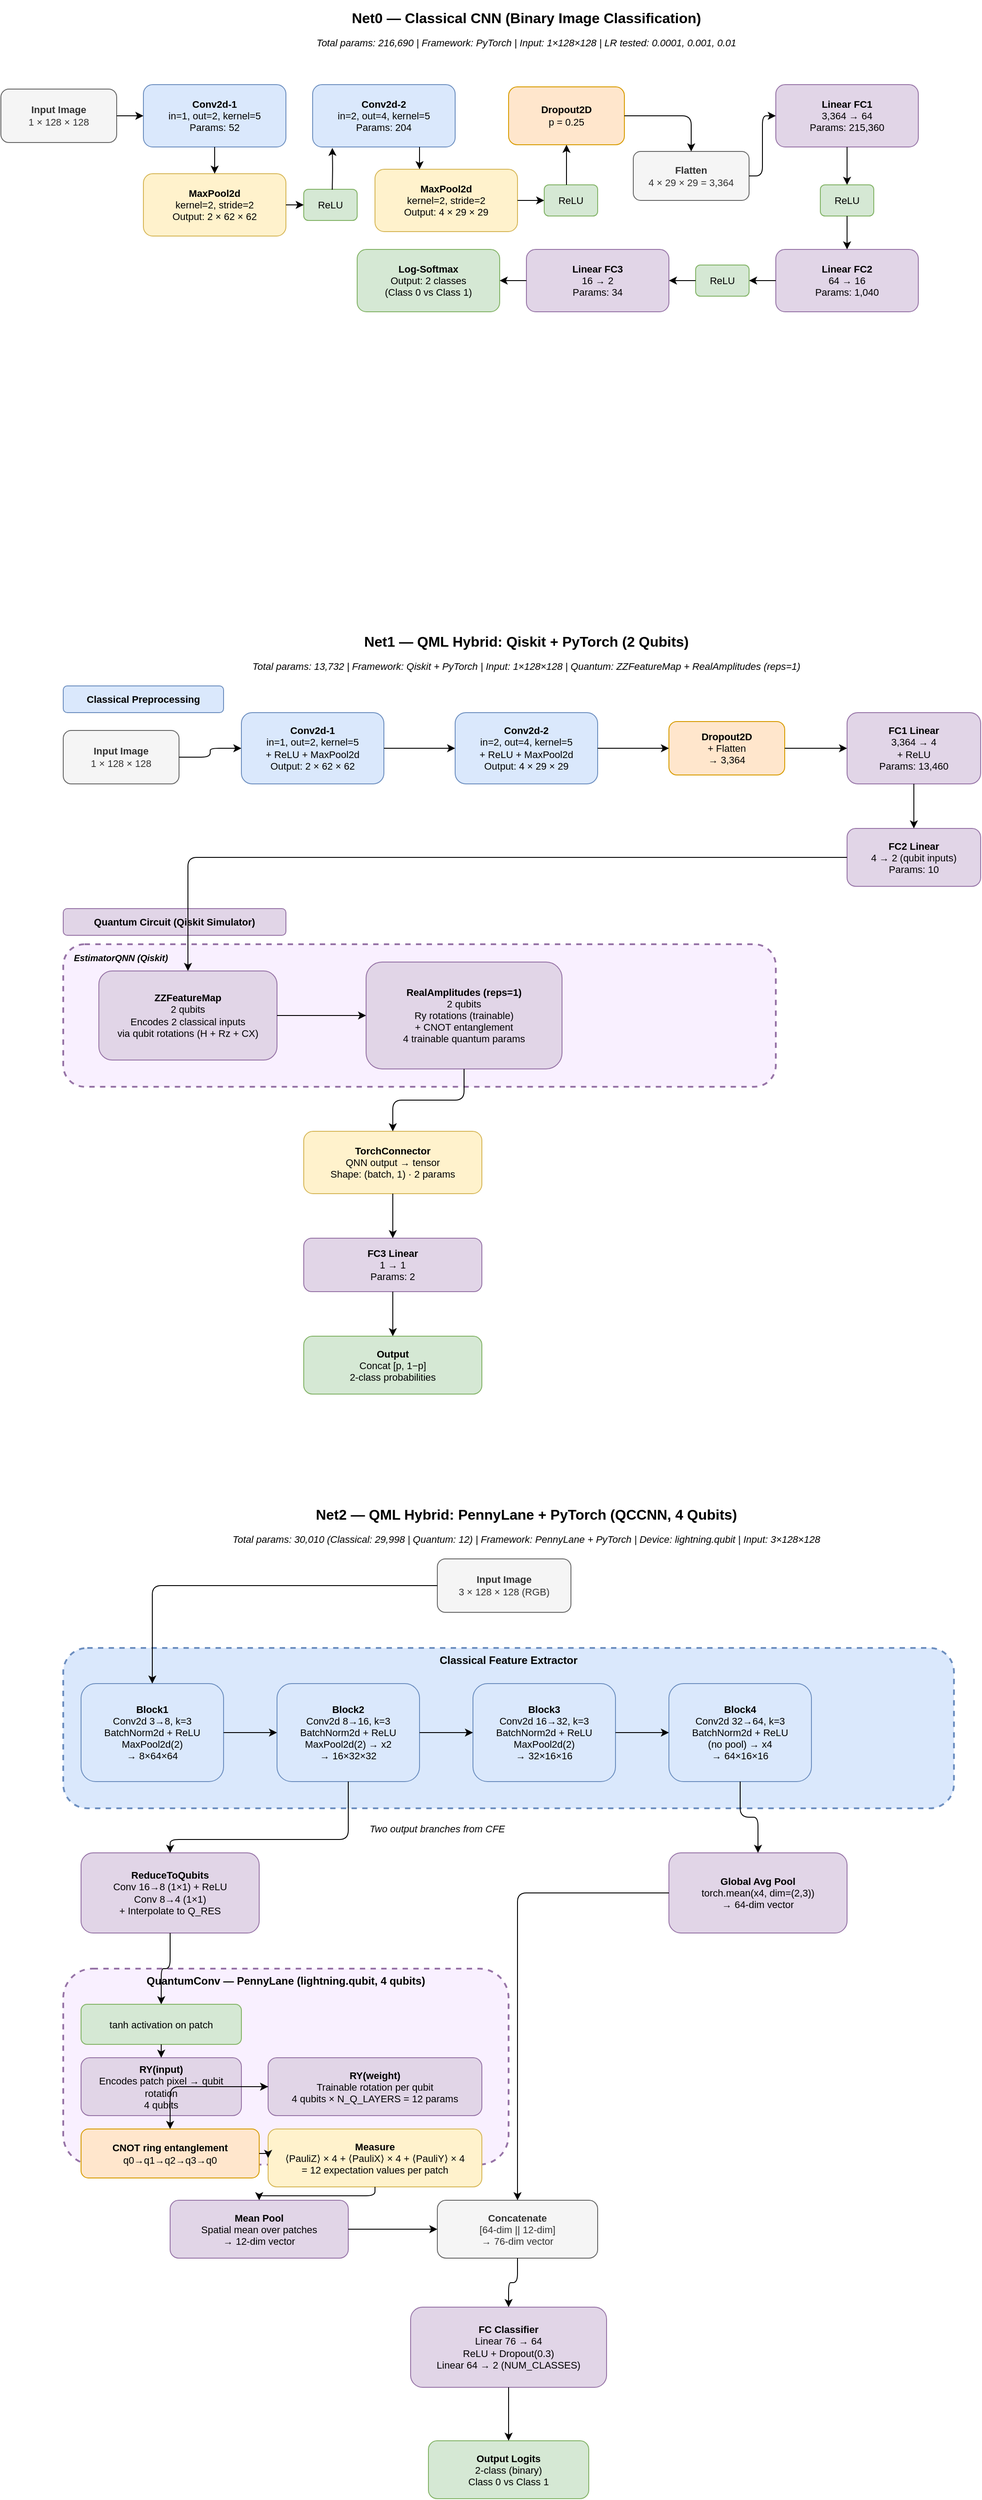
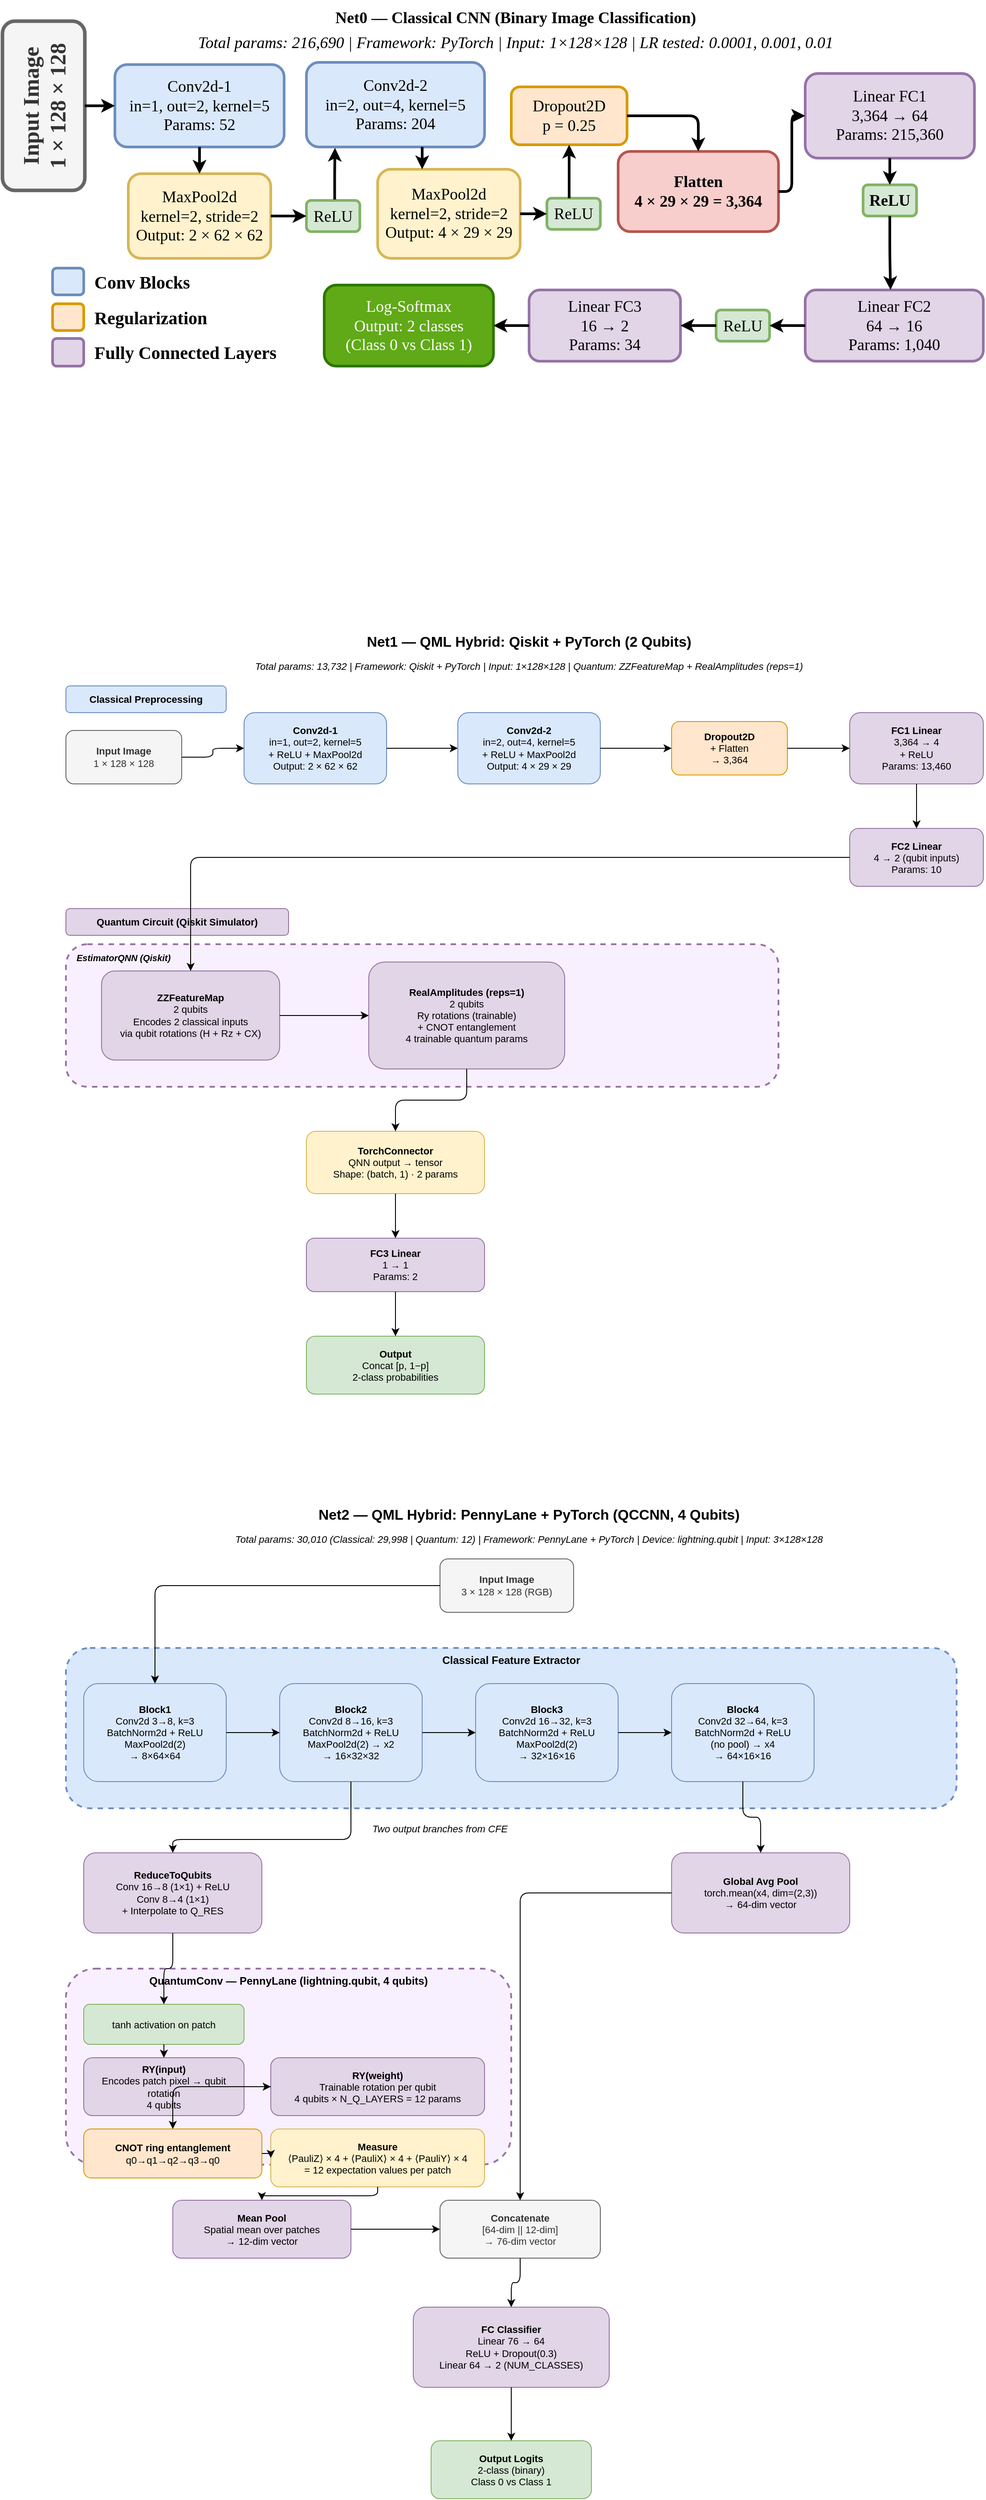
<mxfile host="app.diagrams.net">
  <diagram id="Iu372MJXseVnEshazjI8" name="Page-1">
-     <mxGraphModel dx="2571" dy="1351" grid="1" gridSize="10" guides="1" tooltips="1" connect="1" arrows="1" fold="1" page="1" pageScale="1" pageWidth="1169" pageHeight="827" background="none" math="0" shadow="0">
+     <mxGraphModel dx="1515" dy="777" grid="1" gridSize="10" guides="1" tooltips="1" connect="1" arrows="1" fold="1" page="1" pageScale="1" pageWidth="1169" pageHeight="827" background="none" math="0" shadow="0">
      <root>
        <mxCell id="0" />
        <mxCell id="1" parent="0" />
-         <mxCell id="p0_title" parent="1" style="text;html=1;strokeColor=none;fillColor=none;align=center;verticalAlign=middle;whiteSpace=wrap;rounded=0;fontSize=16;fontStyle=1;" value="Net0 — Classical CNN (Binary Image Classification)" vertex="1">
-           <mxGeometry height="40" width="600" x="300" y="20" as="geometry" />
-         </mxCell>
-         <mxCell id="p0_params" parent="1" style="text;html=1;strokeColor=none;fillColor=none;align=center;verticalAlign=middle;whiteSpace=wrap;rounded=0;fontSize=11;fontStyle=2;" value="Total params: 216,690 | Framework: PyTorch | Input: 1×128×128 | LR tested: 0.0001, 0.001, 0.01" vertex="1">
-           <mxGeometry height="25" width="700" x="250" y="55" as="geometry" />
-         </mxCell>
-         <mxCell id="p0_input" parent="1" style="rounded=1;whiteSpace=wrap;html=1;fillColor=#f5f5f5;strokeColor=#666666;fontColor=#333333;fontSize=11;" value="&lt;b&gt;Input Image&lt;/b&gt;&lt;br&gt;1 × 128 × 128" vertex="1">
-           <mxGeometry height="60" width="130" x="10" y="120" as="geometry" />
-         </mxCell>
-         <mxCell id="p0_conv1" parent="1" style="rounded=1;whiteSpace=wrap;html=1;fillColor=#dae8fc;strokeColor=#6c8ebf;fontSize=11;" value="&lt;b&gt;Conv2d-1&lt;/b&gt;&lt;br&gt;in=1, out=2, kernel=5&lt;br&gt;Params: 52" vertex="1">
-           <mxGeometry height="70" width="160" x="170" y="115" as="geometry" />
-         </mxCell>
-         <mxCell id="p0_pool1" parent="1" style="rounded=1;whiteSpace=wrap;html=1;fillColor=#fff2cc;strokeColor=#d6b656;fontSize=11;" value="&lt;b&gt;MaxPool2d&lt;/b&gt;&lt;br&gt;kernel=2, stride=2&lt;br&gt;Output: 2 × 62 × 62" vertex="1">
-           <mxGeometry height="70" width="160" x="170" y="215" as="geometry" />
-         </mxCell>
-         <mxCell id="p0_relu1" parent="1" style="rounded=1;whiteSpace=wrap;html=1;fillColor=#d5e8d4;strokeColor=#82b366;fontSize=11;" value="ReLU" vertex="1">
-           <mxGeometry height="35" width="60" x="350" y="232.5" as="geometry" />
-         </mxCell>
-         <mxCell id="p0_conv2" parent="1" style="rounded=1;whiteSpace=wrap;html=1;fillColor=#dae8fc;strokeColor=#6c8ebf;fontSize=11;" value="&lt;b&gt;Conv2d-2&lt;/b&gt;&lt;br&gt;in=2, out=4, kernel=5&lt;br&gt;Params: 204" vertex="1">
-           <mxGeometry height="70" width="160" x="360" y="115" as="geometry" />
-         </mxCell>
-         <mxCell id="p0_pool2" parent="1" style="rounded=1;whiteSpace=wrap;html=1;fillColor=#fff2cc;strokeColor=#d6b656;fontSize=11;" value="&lt;b&gt;MaxPool2d&lt;/b&gt;&lt;br&gt;kernel=2, stride=2&lt;br&gt;Output: 4 × 29 × 29" vertex="1">
-           <mxGeometry height="70" width="160" x="430" y="210" as="geometry" />
-         </mxCell>
-         <mxCell id="p0_relu2" parent="1" style="rounded=1;whiteSpace=wrap;html=1;fillColor=#d5e8d4;strokeColor=#82b366;fontSize=11;" value="ReLU" vertex="1">
-           <mxGeometry height="35" width="60" x="620" y="227.5" as="geometry" />
-         </mxCell>
-         <mxCell id="p0_dropout" parent="1" style="rounded=1;whiteSpace=wrap;html=1;fillColor=#ffe6cc;strokeColor=#d79b00;fontSize=11;" value="&lt;b&gt;Dropout2D&lt;/b&gt;&lt;br&gt;p = 0.25" vertex="1">
+         <mxCell id="p0_title" parent="1" style="text;strokeColor=none;fillColor=none;align=center;verticalAlign=middle;whiteSpace=wrap;rounded=0;fontSize=18;fontStyle=1;fontFamily=Times New Roman;labelBackgroundColor=none;labelBorderColor=none;textShadow=0;" value="Net0 — Classical CNN (Binary Image Classification)" vertex="1">
+           <mxGeometry height="40" width="600" x="285" y="20" as="geometry" />
+         </mxCell>
+         <mxCell id="p0_params" parent="1" style="text;strokeColor=none;fillColor=none;align=center;verticalAlign=middle;whiteSpace=wrap;rounded=0;fontSize=18;fontStyle=2;fontFamily=Times New Roman;labelBackgroundColor=none;labelBorderColor=none;textShadow=0;" value="Total params: 216,690 | Framework: PyTorch | Input: 1×128×128 | LR tested: 0.0001, 0.001, 0.01" vertex="1">
+           <mxGeometry height="25" width="780" x="195" y="55" as="geometry" />
+         </mxCell>
+         <mxCell id="p0_input" parent="1" style="rounded=1;whiteSpace=wrap;fillColor=#f5f5f5;strokeColor=#666666;fontColor=#333333;fontSize=25;fontFamily=Times New Roman;labelBackgroundColor=none;labelBorderColor=none;textShadow=0;fontStyle=1;strokeWidth=4;rotation=-90;" value="Input Image&#xa;1 × 128 × 128" vertex="1">
+           <mxGeometry height="92.5" width="190" x="-40" y="92.5" as="geometry" />
+         </mxCell>
+         <mxCell id="p0_conv1" parent="1" style="rounded=1;whiteSpace=wrap;fillColor=#dae8fc;strokeColor=#6c8ebf;fontSize=18;fontFamily=Times New Roman;labelBackgroundColor=none;labelBorderColor=none;textShadow=0;strokeWidth=3;" value="Conv2d-1&#xa;in=1, out=2, kernel=5&#xa;Params: 52" vertex="1">
+           <mxGeometry height="92.5" width="190" x="135" y="92.5" as="geometry" />
+         </mxCell>
+         <mxCell id="p0_pool1" parent="1" style="rounded=1;whiteSpace=wrap;fillColor=#fff2cc;strokeColor=#d6b656;fontSize=18;fontFamily=Times New Roman;labelBackgroundColor=none;labelBorderColor=none;textShadow=0;strokeWidth=3;" value="MaxPool2d&#xa;kernel=2, stride=2&#xa;Output: 2 × 62 × 62" vertex="1">
+           <mxGeometry height="95" width="160" x="150" y="215" as="geometry" />
+         </mxCell>
+         <mxCell id="p0_relu1" parent="1" style="rounded=1;whiteSpace=wrap;fillColor=#d5e8d4;strokeColor=#82b366;fontSize=18;fontFamily=Times New Roman;labelBackgroundColor=none;labelBorderColor=none;textShadow=0;strokeWidth=3;" value="ReLU" vertex="1">
+           <mxGeometry height="35" width="60" x="350" y="245" as="geometry" />
+         </mxCell>
+         <mxCell id="p0_conv2" parent="1" style="rounded=1;whiteSpace=wrap;fillColor=#dae8fc;strokeColor=#6c8ebf;fontSize=18;fontFamily=Times New Roman;labelBackgroundColor=none;labelBorderColor=none;textShadow=0;strokeWidth=3;" value="Conv2d-2&#xa;in=2, out=4, kernel=5&#xa;Params: 204" vertex="1">
+           <mxGeometry height="95" width="200" x="350" y="90" as="geometry" />
+         </mxCell>
+         <mxCell id="p0_pool2" parent="1" style="rounded=1;whiteSpace=wrap;fillColor=#fff2cc;strokeColor=#d6b656;fontSize=18;fontFamily=Times New Roman;labelBackgroundColor=none;labelBorderColor=none;textShadow=0;strokeWidth=3;" value="MaxPool2d&#xa;kernel=2, stride=2&#xa;Output: 4 × 29 × 29" vertex="1">
+           <mxGeometry height="100" width="160" x="430" y="210" as="geometry" />
+         </mxCell>
+         <mxCell id="p0_relu2" parent="1" style="rounded=1;whiteSpace=wrap;fillColor=#d5e8d4;strokeColor=#82b366;fontSize=18;fontFamily=Times New Roman;labelBackgroundColor=none;labelBorderColor=none;textShadow=0;strokeWidth=3;" value="ReLU" vertex="1">
+           <mxGeometry height="35" width="60" x="620" y="242.5" as="geometry" />
+         </mxCell>
+         <mxCell id="p0_dropout" parent="1" style="rounded=1;whiteSpace=wrap;fillColor=#ffe6cc;strokeColor=#d79b00;fontSize=18;fontFamily=Times New Roman;labelBackgroundColor=none;labelBorderColor=none;textShadow=0;strokeWidth=3;" value="Dropout2D&#xa;p = 0.25" vertex="1">
          <mxGeometry height="65" width="130" x="580" y="117.5" as="geometry" />
        </mxCell>
-         <mxCell id="p0_flatten" parent="1" style="rounded=1;whiteSpace=wrap;html=1;fillColor=#f5f5f5;strokeColor=#666666;fontColor=#333333;fontSize=11;" value="&lt;b&gt;Flatten&lt;/b&gt;&lt;br&gt;4 × 29 × 29 = 3,364" vertex="1">
-           <mxGeometry height="55" width="130" x="720" y="190" as="geometry" />
-         </mxCell>
-         <mxCell id="p0_fc1" parent="1" style="rounded=1;whiteSpace=wrap;html=1;fillColor=#e1d5e7;strokeColor=#9673a6;fontSize=11;" value="&lt;b&gt;Linear FC1&lt;/b&gt;&lt;br&gt;3,364 → 64&lt;br&gt;Params: 215,360" vertex="1">
-           <mxGeometry height="70" width="160" x="880" y="115" as="geometry" />
-         </mxCell>
-         <mxCell id="p0_relu_fc1" parent="1" style="rounded=1;whiteSpace=wrap;html=1;fillColor=#d5e8d4;strokeColor=#82b366;fontSize=11;" value="ReLU" vertex="1">
-           <mxGeometry height="35" width="60" x="930" y="227.5" as="geometry" />
-         </mxCell>
-         <mxCell id="p0_fc2" parent="1" style="rounded=1;whiteSpace=wrap;html=1;fillColor=#e1d5e7;strokeColor=#9673a6;fontSize=11;" value="&lt;b&gt;Linear FC2&lt;/b&gt;&lt;br&gt;64 → 16&lt;br&gt;Params: 1,040" vertex="1">
-           <mxGeometry height="70" width="160" x="880" y="300" as="geometry" />
-         </mxCell>
-         <mxCell id="p0_relu_fc2" parent="1" style="rounded=1;whiteSpace=wrap;html=1;fillColor=#d5e8d4;strokeColor=#82b366;fontSize=11;" value="ReLU" vertex="1">
-           <mxGeometry height="35" width="60" x="790" y="317.5" as="geometry" />
-         </mxCell>
-         <mxCell id="p0_fc3" parent="1" style="rounded=1;whiteSpace=wrap;html=1;fillColor=#e1d5e7;strokeColor=#9673a6;fontSize=11;" value="&lt;b&gt;Linear FC3&lt;/b&gt;&lt;br&gt;16 → 2&lt;br&gt;Params: 34" vertex="1">
-           <mxGeometry height="70" width="160" x="600" y="300" as="geometry" />
-         </mxCell>
-         <mxCell id="p0_output" parent="1" style="rounded=1;whiteSpace=wrap;html=1;fillColor=#d5e8d4;strokeColor=#82b366;fontSize=11;" value="&lt;b&gt;Log-Softmax&lt;/b&gt;&lt;br&gt;Output: 2 classes&lt;br&gt;(Class 0 vs Class 1)" vertex="1">
-           <mxGeometry height="70" width="160" x="410" y="300" as="geometry" />
-         </mxCell>
-         <mxCell id="e0_1" edge="1" parent="1" source="p0_input" style="edgeStyle=orthogonalEdgeStyle;" target="p0_conv1">
-           <mxGeometry relative="1" as="geometry" />
-         </mxCell>
-         <mxCell id="e0_2" edge="1" parent="1" source="p0_conv1" style="edgeStyle=orthogonalEdgeStyle;" target="p0_pool1">
-           <mxGeometry relative="1" as="geometry" />
-         </mxCell>
-         <mxCell id="e0_3" edge="1" parent="1" source="p0_pool1" style="edgeStyle=orthogonalEdgeStyle;" target="p0_relu1">
-           <mxGeometry relative="1" as="geometry" />
-         </mxCell>
-         <mxCell id="e0_4" edge="1" parent="1" style="edgeStyle=orthogonalEdgeStyle;entryX=0.138;entryY=0.971;entryDx=0;entryDy=0;entryPerimeter=0;">
+         <mxCell id="p0_flatten" parent="1" style="rounded=1;whiteSpace=wrap;fillColor=#f8cecc;strokeColor=#b85450;fontSize=18;fontFamily=Times New Roman;labelBackgroundColor=none;labelBorderColor=none;textShadow=0;fontStyle=1;strokeWidth=3;" value="Flatten&#xa;4 × 29 × 29 = 3,364" vertex="1">
+           <mxGeometry height="90" width="180" x="700" y="190" as="geometry" />
+         </mxCell>
+         <mxCell id="p0_fc1" parent="1" style="rounded=1;whiteSpace=wrap;fillColor=#e1d5e7;strokeColor=#9673a6;fontSize=18;fontFamily=Times New Roman;labelBackgroundColor=none;labelBorderColor=none;textShadow=0;fontStyle=0;strokeWidth=3;" value="Linear FC1&#xa;3,364 → 64&#xa;Params: 215,360" vertex="1">
+           <mxGeometry height="95" width="190" x="910" y="102.5" as="geometry" />
+         </mxCell>
+         <mxCell id="p0_relu_fc1" parent="1" style="rounded=1;whiteSpace=wrap;fillColor=#d5e8d4;strokeColor=#82b366;fontSize=18;fontFamily=Times New Roman;labelBackgroundColor=none;labelBorderColor=none;textShadow=0;fontStyle=1;strokeWidth=3;" value="ReLU" vertex="1">
+           <mxGeometry height="35" width="60" x="975" y="227.5" as="geometry" />
+         </mxCell>
+         <mxCell id="p0_fc2" parent="1" style="rounded=1;whiteSpace=wrap;fillColor=#e1d5e7;strokeColor=#9673a6;fontSize=18;fontFamily=Times New Roman;labelBackgroundColor=none;labelBorderColor=none;textShadow=0;strokeWidth=3;" value="Linear FC2&#xa;64 → 16&#xa;Params: 1,040" vertex="1">
+           <mxGeometry height="80" width="200" x="910" y="345.5" as="geometry" />
+         </mxCell>
+         <mxCell id="p0_relu_fc2" parent="1" style="rounded=1;whiteSpace=wrap;fillColor=#d5e8d4;strokeColor=#82b366;fontSize=18;fontFamily=Times New Roman;labelBackgroundColor=none;labelBorderColor=none;textShadow=0;strokeWidth=3;" value="ReLU" vertex="1">
+           <mxGeometry height="35" width="60" x="810" y="368" as="geometry" />
+         </mxCell>
+         <mxCell id="p0_fc3" parent="1" style="rounded=1;whiteSpace=wrap;fillColor=#e1d5e7;strokeColor=#9673a6;fontSize=18;fontFamily=Times New Roman;labelBackgroundColor=none;labelBorderColor=none;textShadow=0;strokeWidth=3;fontStyle=0" value="Linear FC3&#xa;16 → 2&#xa;Params: 34" vertex="1">
+           <mxGeometry height="80" width="170" x="600" y="345.5" as="geometry" />
+         </mxCell>
+         <mxCell id="p0_output" parent="1" style="rounded=1;whiteSpace=wrap;fontSize=18;fillColor=#60a917;fontColor=#ffffff;strokeColor=#2D7600;fontFamily=Times New Roman;labelBackgroundColor=none;labelBorderColor=none;textShadow=0;strokeWidth=3;" value="Log-Softmax&#xa;Output: 2 classes&#xa;(Class 0 vs Class 1)" vertex="1">
+           <mxGeometry height="91" width="190" x="370" y="340" as="geometry" />
+         </mxCell>
+         <mxCell id="e0_1" edge="1" parent="1" source="p0_input" style="edgeStyle=orthogonalEdgeStyle;fontFamily=Times New Roman;fontSize=18;labelBackgroundColor=none;labelBorderColor=none;textShadow=0;strokeWidth=3;" target="p0_conv1" value="">
+           <mxGeometry relative="1" as="geometry" />
+         </mxCell>
+         <mxCell id="e0_2" edge="1" parent="1" source="p0_conv1" style="edgeStyle=orthogonalEdgeStyle;fontFamily=Times New Roman;fontSize=18;labelBackgroundColor=none;labelBorderColor=none;textShadow=0;strokeWidth=3;" target="p0_pool1" value="">
+           <mxGeometry relative="1" as="geometry" />
+         </mxCell>
+         <mxCell id="e0_3" edge="1" parent="1" source="p0_pool1" style="edgeStyle=orthogonalEdgeStyle;fontFamily=Times New Roman;fontSize=18;labelBackgroundColor=none;labelBorderColor=none;textShadow=0;strokeWidth=3;" target="p0_relu1" value="">
+           <mxGeometry relative="1" as="geometry" />
+         </mxCell>
+         <mxCell id="e0_4" edge="1" parent="1" source="p0_relu1" style="edgeStyle=orthogonalEdgeStyle;entryX=0.138;entryY=0.971;entryDx=0;entryDy=0;entryPerimeter=0;fontFamily=Times New Roman;fontSize=18;labelBackgroundColor=none;labelBorderColor=none;textShadow=0;strokeWidth=3;exitX=0.529;exitY=-0.029;exitDx=0;exitDy=0;exitPerimeter=0;" value="">
          <mxGeometry relative="1" as="geometry">
            <mxPoint x="382" y="233" as="sourcePoint" />
            <mxPoint x="382.0799999999999" y="185.97000000000003" as="targetPoint" />
          </mxGeometry>
        </mxCell>
-         <mxCell id="e0_5" edge="1" parent="1" source="p0_conv2" style="edgeStyle=orthogonalEdgeStyle;" target="p0_pool2">
+         <mxCell id="e0_5" edge="1" parent="1" source="p0_conv2" style="edgeStyle=orthogonalEdgeStyle;fontFamily=Times New Roman;fontSize=18;labelBackgroundColor=none;labelBorderColor=none;textShadow=0;strokeWidth=3;" target="p0_pool2" value="">
          <mxGeometry relative="1" as="geometry">
            <Array as="points">
              <mxPoint x="480" y="200" />
              <mxPoint x="480" y="200" />
            </Array>
          </mxGeometry>
        </mxCell>
-         <mxCell id="e0_6" edge="1" parent="1" source="p0_pool2" style="edgeStyle=orthogonalEdgeStyle;" target="p0_relu2">
-           <mxGeometry relative="1" as="geometry" />
-         </mxCell>
-         <mxCell id="e0_7" edge="1" parent="1" source="p0_relu2" style="edgeStyle=orthogonalEdgeStyle;" target="p0_dropout">
+         <mxCell id="e0_6" edge="1" parent="1" source="p0_pool2" style="edgeStyle=orthogonalEdgeStyle;fontFamily=Times New Roman;fontSize=18;labelBackgroundColor=none;labelBorderColor=none;textShadow=0;strokeWidth=3;" target="p0_relu2" value="">
+           <mxGeometry relative="1" as="geometry" />
+         </mxCell>
+         <mxCell id="e0_7" edge="1" parent="1" source="p0_relu2" style="edgeStyle=orthogonalEdgeStyle;fontFamily=Times New Roman;fontSize=18;labelBackgroundColor=none;labelBorderColor=none;textShadow=0;strokeWidth=3;" target="p0_dropout" value="">
          <mxGeometry relative="1" as="geometry">
            <Array as="points">
              <mxPoint x="645" y="210" />
              <mxPoint x="645" y="210" />
            </Array>
          </mxGeometry>
        </mxCell>
-         <mxCell id="e0_8" edge="1" parent="1" source="p0_dropout" style="edgeStyle=orthogonalEdgeStyle;" target="p0_flatten">
-           <mxGeometry relative="1" as="geometry" />
-         </mxCell>
-         <mxCell id="e0_9" edge="1" parent="1" source="p0_flatten" style="edgeStyle=orthogonalEdgeStyle;entryX=0;entryY=0.5;entryDx=0;entryDy=0;" target="p0_fc1">
-           <mxGeometry relative="1" as="geometry" />
-         </mxCell>
-         <mxCell id="e0_10" edge="1" parent="1" source="p0_fc1" style="edgeStyle=orthogonalEdgeStyle;" target="p0_relu_fc1">
-           <mxGeometry relative="1" as="geometry" />
-         </mxCell>
-         <mxCell id="e0_11" edge="1" parent="1" source="p0_relu_fc1" style="edgeStyle=orthogonalEdgeStyle;" target="p0_fc2">
-           <mxGeometry relative="1" as="geometry" />
-         </mxCell>
-         <mxCell id="e0_12" edge="1" parent="1" source="p0_fc2" style="edgeStyle=orthogonalEdgeStyle;" target="p0_relu_fc2">
-           <mxGeometry relative="1" as="geometry" />
-         </mxCell>
-         <mxCell id="e0_13" edge="1" parent="1" source="p0_relu_fc2" style="edgeStyle=orthogonalEdgeStyle;" target="p0_fc3">
-           <mxGeometry relative="1" as="geometry" />
-         </mxCell>
-         <mxCell id="e0_14" edge="1" parent="1" source="p0_fc3" style="edgeStyle=orthogonalEdgeStyle;" target="p0_output">
+         <mxCell id="e0_8" edge="1" parent="1" source="p0_dropout" style="edgeStyle=orthogonalEdgeStyle;fontFamily=Times New Roman;fontSize=18;labelBackgroundColor=none;labelBorderColor=none;textShadow=0;exitX=1;exitY=0.5;exitDx=0;exitDy=0;strokeWidth=3;" target="p0_flatten" value="">
+           <mxGeometry relative="1" as="geometry" />
+         </mxCell>
+         <mxCell id="e0_9" edge="1" parent="1" source="p0_flatten" style="edgeStyle=orthogonalEdgeStyle;entryX=0;entryY=0.5;entryDx=0;entryDy=0;fontFamily=Times New Roman;fontSize=18;labelBackgroundColor=none;labelBorderColor=none;textShadow=0;strokeWidth=3;" target="p0_fc1" value="">
+           <mxGeometry relative="1" as="geometry" />
+         </mxCell>
+         <mxCell id="e0_10" edge="1" parent="1" source="p0_fc1" style="edgeStyle=orthogonalEdgeStyle;fontFamily=Times New Roman;fontSize=18;labelBackgroundColor=none;labelBorderColor=none;textShadow=0;strokeWidth=3;" target="p0_relu_fc1" value="">
+           <mxGeometry relative="1" as="geometry" />
+         </mxCell>
+         <mxCell id="e0_11" edge="1" parent="1" source="p0_relu_fc1" style="edgeStyle=orthogonalEdgeStyle;fontFamily=Times New Roman;fontSize=18;labelBackgroundColor=none;labelBorderColor=none;textShadow=0;entryX=0.479;entryY=-0.001;entryDx=0;entryDy=0;entryPerimeter=0;strokeWidth=3;" target="p0_fc2" value="">
+           <mxGeometry relative="1" as="geometry" />
+         </mxCell>
+         <mxCell id="e0_12" edge="1" parent="1" source="p0_fc2" style="edgeStyle=orthogonalEdgeStyle;fontFamily=Times New Roman;fontSize=18;labelBackgroundColor=none;labelBorderColor=none;textShadow=0;strokeWidth=3;" target="p0_relu_fc2" value="">
+           <mxGeometry relative="1" as="geometry" />
+         </mxCell>
+         <mxCell id="e0_13" edge="1" parent="1" source="p0_relu_fc2" style="edgeStyle=orthogonalEdgeStyle;fontFamily=Times New Roman;fontSize=18;labelBackgroundColor=none;labelBorderColor=none;textShadow=0;strokeWidth=3;" target="p0_fc3" value="">
+           <mxGeometry relative="1" as="geometry" />
+         </mxCell>
+         <mxCell id="e0_14" edge="1" parent="1" source="p0_fc3" style="edgeStyle=orthogonalEdgeStyle;fontFamily=Times New Roman;fontSize=18;labelBackgroundColor=none;labelBorderColor=none;textShadow=0;strokeWidth=3;" target="p0_output" value="">
          <mxGeometry relative="1" as="geometry" />
        </mxCell>
        <mxCell id="p1_title" parent="1" style="text;html=1;strokeColor=none;fillColor=none;align=center;verticalAlign=middle;whiteSpace=wrap;rounded=0;fontSize=16;fontStyle=1;" value="Net1 — QML Hybrid: Qiskit + PyTorch (2 Qubits)" vertex="1">
          <mxGeometry height="40" width="600" x="300" y="720" as="geometry" />
        </mxCell>
        <mxCell id="p1_params" parent="1" style="text;html=1;strokeColor=none;fillColor=none;align=center;verticalAlign=middle;whiteSpace=wrap;rounded=0;fontSize=11;fontStyle=2;" value="Total params: 13,732 | Framework: Qiskit + PyTorch | Input: 1×128×128 | Quantum: ZZFeatureMap + RealAmplitudes (reps=1)" vertex="1">
          <mxGeometry height="25" width="900" x="150" y="755" as="geometry" />
        </mxCell>
        <mxCell id="p1_sec_classical" parent="1" style="text;html=1;strokeColor=#6c8ebf;fillColor=#dae8fc;align=center;verticalAlign=middle;whiteSpace=wrap;rounded=1;fontSize=11;fontStyle=1;" value="Classical Preprocessing" vertex="1">
          <mxGeometry height="30" width="180" x="80" y="790" as="geometry" />
        </mxCell>
        <mxCell id="p1_input" parent="1" style="rounded=1;whiteSpace=wrap;html=1;fillColor=#f5f5f5;strokeColor=#666666;fontColor=#333333;fontSize=11;" value="&lt;b&gt;Input Image&lt;/b&gt;&lt;br&gt;1 × 128 × 128" vertex="1">
          <mxGeometry height="60" width="130" x="80" y="840" as="geometry" />
        </mxCell>
        <mxCell id="p1_conv1" parent="1" style="rounded=1;whiteSpace=wrap;html=1;fillColor=#dae8fc;strokeColor=#6c8ebf;fontSize=11;" value="&lt;b&gt;Conv2d-1&lt;/b&gt;&lt;br&gt;in=1, out=2, kernel=5&lt;br&gt;+ ReLU + MaxPool2d&lt;br&gt;Output: 2 × 62 × 62" vertex="1">
          <mxGeometry height="80" width="160" x="280" y="820" as="geometry" />
        </mxCell>
        <mxCell id="p1_conv2" parent="1" style="rounded=1;whiteSpace=wrap;html=1;fillColor=#dae8fc;strokeColor=#6c8ebf;fontSize=11;" value="&lt;b&gt;Conv2d-2&lt;/b&gt;&lt;br&gt;in=2, out=4, kernel=5&lt;br&gt;+ ReLU + MaxPool2d&lt;br&gt;Output: 4 × 29 × 29" vertex="1">
          <mxGeometry height="80" width="160" x="520" y="820" as="geometry" />
        </mxCell>
        <mxCell id="p1_dropout" parent="1" style="rounded=1;whiteSpace=wrap;html=1;fillColor=#ffe6cc;strokeColor=#d79b00;fontSize=11;" value="&lt;b&gt;Dropout2D&lt;/b&gt;&lt;br&gt;+ Flatten&lt;br&gt;→ 3,364" vertex="1">
          <mxGeometry height="60" width="130" x="760" y="830" as="geometry" />
        </mxCell>
        <mxCell id="p1_fc1" parent="1" style="rounded=1;whiteSpace=wrap;html=1;fillColor=#e1d5e7;strokeColor=#9673a6;fontSize=11;" value="&lt;b&gt;FC1 Linear&lt;/b&gt;&lt;br&gt;3,364 → 4&lt;br&gt;+ ReLU&lt;br&gt;Params: 13,460" vertex="1">
          <mxGeometry height="80" width="150" x="960" y="820" as="geometry" />
        </mxCell>
        <mxCell id="p1_fc2" parent="1" style="rounded=1;whiteSpace=wrap;html=1;fillColor=#e1d5e7;strokeColor=#9673a6;fontSize=11;" value="&lt;b&gt;FC2 Linear&lt;/b&gt;&lt;br&gt;4 → 2 (qubit inputs)&lt;br&gt;Params: 10" vertex="1">
          <mxGeometry height="65" width="150" x="960" y="950" as="geometry" />
        </mxCell>
        <mxCell id="p1_sec_quantum" parent="1" style="text;html=1;strokeColor=#9673a6;fillColor=#e1d5e7;align=center;verticalAlign=middle;whiteSpace=wrap;rounded=1;fontSize=11;fontStyle=1;" value="Quantum Circuit (Qiskit Simulator)" vertex="1">
          <mxGeometry height="30" width="250" x="80" y="1040" as="geometry" />
        </mxCell>
        <mxCell id="p1_q_container" parent="1" style="rounded=1;whiteSpace=wrap;html=1;fillColor=#f9f0ff;strokeColor=#9673a6;strokeWidth=2;dashed=1;fontSize=11;" value="" vertex="1">
          <mxGeometry height="160" width="800" x="80" y="1080" as="geometry" />
        </mxCell>
        <mxCell id="p1_zzfm" parent="1" style="rounded=1;whiteSpace=wrap;html=1;fillColor=#e1d5e7;strokeColor=#9673a6;fontSize=11;" value="&lt;b&gt;ZZFeatureMap&lt;/b&gt;&lt;br&gt;2 qubits&lt;br&gt;Encodes 2 classical inputs&lt;br&gt;via qubit rotations (H + Rz + CX)" vertex="1">
          <mxGeometry height="100" width="200" x="120" y="1110" as="geometry" />
        </mxCell>
        <mxCell id="p1_ra" parent="1" style="rounded=1;whiteSpace=wrap;html=1;fillColor=#e1d5e7;strokeColor=#9673a6;fontSize=11;" value="&lt;b&gt;RealAmplitudes (reps=1)&lt;/b&gt;&lt;br&gt;2 qubits&lt;br&gt;Ry rotations (trainable)&lt;br&gt;+ CNOT entanglement&lt;br&gt;4 trainable quantum params" vertex="1">
          <mxGeometry height="120" width="220" x="420" y="1100" as="geometry" />
        </mxCell>
        <mxCell id="p1_estimator" parent="1" style="text;html=1;strokeColor=none;fillColor=none;align=left;verticalAlign=middle;whiteSpace=wrap;rounded=0;fontSize=10;fontStyle=3;" value="EstimatorQNN (Qiskit)" vertex="1">
          <mxGeometry height="20" width="180" x="90" y="1085" as="geometry" />
        </mxCell>
        <mxCell id="p1_tc" parent="1" style="rounded=1;whiteSpace=wrap;html=1;fillColor=#fff2cc;strokeColor=#d6b656;fontSize=11;" value="&lt;b&gt;TorchConnector&lt;/b&gt;&lt;br&gt;QNN output → tensor&lt;br&gt;Shape: (batch, 1) · 2 params" vertex="1">
          <mxGeometry height="70" width="200" x="350" y="1290" as="geometry" />
        </mxCell>
        <mxCell id="p1_fc3" parent="1" style="rounded=1;whiteSpace=wrap;html=1;fillColor=#e1d5e7;strokeColor=#9673a6;fontSize=11;" value="&lt;b&gt;FC3 Linear&lt;/b&gt;&lt;br&gt;1 → 1&lt;br&gt;Params: 2" vertex="1">
          <mxGeometry height="60" width="200" x="350" y="1410" as="geometry" />
        </mxCell>
        <mxCell id="p1_output" parent="1" style="rounded=1;whiteSpace=wrap;html=1;fillColor=#d5e8d4;strokeColor=#82b366;fontSize=11;" value="&lt;b&gt;Output&lt;/b&gt;&lt;br&gt;Concat [p, 1−p]&lt;br&gt;2-class probabilities" vertex="1">
          <mxGeometry height="65" width="200" x="350" y="1520" as="geometry" />
        </mxCell>
        <mxCell id="e1_1" edge="1" parent="1" source="p1_input" style="edgeStyle=orthogonalEdgeStyle;" target="p1_conv1">
          <mxGeometry relative="1" as="geometry" />
        </mxCell>
        <mxCell id="e1_2" edge="1" parent="1" source="p1_conv1" style="edgeStyle=orthogonalEdgeStyle;" target="p1_conv2">
          <mxGeometry relative="1" as="geometry" />
        </mxCell>
        <mxCell id="e1_3" edge="1" parent="1" source="p1_conv2" style="edgeStyle=orthogonalEdgeStyle;" target="p1_dropout">
          <mxGeometry relative="1" as="geometry" />
        </mxCell>
        <mxCell id="e1_4" edge="1" parent="1" source="p1_dropout" style="edgeStyle=orthogonalEdgeStyle;" target="p1_fc1">
          <mxGeometry relative="1" as="geometry" />
        </mxCell>
        <mxCell id="e1_5" edge="1" parent="1" source="p1_fc1" style="edgeStyle=orthogonalEdgeStyle;" target="p1_fc2">
          <mxGeometry relative="1" as="geometry" />
        </mxCell>
        <mxCell id="e1_6" edge="1" parent="1" source="p1_fc2" style="edgeStyle=orthogonalEdgeStyle;" target="p1_zzfm">
          <mxGeometry relative="1" as="geometry" />
        </mxCell>
        <mxCell id="e1_7" edge="1" parent="1" source="p1_zzfm" style="edgeStyle=orthogonalEdgeStyle;" target="p1_ra">
          <mxGeometry relative="1" as="geometry" />
        </mxCell>
        <mxCell id="e1_8" edge="1" parent="1" source="p1_ra" style="edgeStyle=orthogonalEdgeStyle;" target="p1_tc">
          <mxGeometry relative="1" as="geometry" />
        </mxCell>
        <mxCell id="e1_9" edge="1" parent="1" source="p1_tc" style="edgeStyle=orthogonalEdgeStyle;" target="p1_fc3">
          <mxGeometry relative="1" as="geometry" />
        </mxCell>
        <mxCell id="e1_10" edge="1" parent="1" source="p1_fc3" style="edgeStyle=orthogonalEdgeStyle;" target="p1_output">
          <mxGeometry relative="1" as="geometry" />
        </mxCell>
        <mxCell id="p2_title" parent="1" style="text;html=1;strokeColor=none;fillColor=none;align=center;verticalAlign=middle;whiteSpace=wrap;rounded=0;fontSize=16;fontStyle=1;" value="Net2 — QML Hybrid: PennyLane + PyTorch (QCCNN, 4 Qubits)" vertex="1">
          <mxGeometry height="40" width="700" x="250" y="1700" as="geometry" />
        </mxCell>
        <mxCell id="p2_params" parent="1" style="text;html=1;strokeColor=none;fillColor=none;align=center;verticalAlign=middle;whiteSpace=wrap;rounded=0;fontSize=11;fontStyle=2;" value="Total params: 30,010 (Classical: 29,998 | Quantum: 12) | Framework: PennyLane + PyTorch | Device: lightning.qubit | Input: 3×128×128" vertex="1">
          <mxGeometry height="25" width="1000" x="100" y="1735" as="geometry" />
        </mxCell>
        <mxCell id="p2_input" parent="1" style="rounded=1;whiteSpace=wrap;html=1;fillColor=#f5f5f5;strokeColor=#666666;fontColor=#333333;fontSize=11;" value="&lt;b&gt;Input Image&lt;/b&gt;&lt;br&gt;3 × 128 × 128 (RGB)" vertex="1">
          <mxGeometry height="60" width="150" x="500" y="1770" as="geometry" />
        </mxCell>
        <mxCell id="p2_cfe_container" parent="1" style="rounded=1;whiteSpace=wrap;html=1;fillColor=#dae8fc;strokeColor=#6c8ebf;strokeWidth=2;dashed=1;fontSize=12;fontStyle=1;verticalAlign=top;" value="Classical Feature Extractor" vertex="1">
          <mxGeometry height="180" width="1000" x="80" y="1870" as="geometry" />
        </mxCell>
        <mxCell id="p2_block1" parent="1" style="rounded=1;whiteSpace=wrap;html=1;fillColor=#dae8fc;strokeColor=#6c8ebf;fontSize=11;" value="&lt;b&gt;Block1&lt;/b&gt;&lt;br&gt;Conv2d 3→8, k=3&lt;br&gt;BatchNorm2d + ReLU&lt;br&gt;MaxPool2d(2)&lt;br&gt;→ 8×64×64" vertex="1">
          <mxGeometry height="110" width="160" x="100" y="1910" as="geometry" />
        </mxCell>
        <mxCell id="p2_block2" parent="1" style="rounded=1;whiteSpace=wrap;html=1;fillColor=#dae8fc;strokeColor=#6c8ebf;fontSize=11;" value="&lt;b&gt;Block2&lt;/b&gt;&lt;br&gt;Conv2d 8→16, k=3&lt;br&gt;BatchNorm2d + ReLU&lt;br&gt;MaxPool2d(2) → x2&lt;br&gt;→ 16×32×32" vertex="1">
          <mxGeometry height="110" width="160" x="320" y="1910" as="geometry" />
        </mxCell>
        <mxCell id="p2_block3" parent="1" style="rounded=1;whiteSpace=wrap;html=1;fillColor=#dae8fc;strokeColor=#6c8ebf;fontSize=11;" value="&lt;b&gt;Block3&lt;/b&gt;&lt;br&gt;Conv2d 16→32, k=3&lt;br&gt;BatchNorm2d + ReLU&lt;br&gt;MaxPool2d(2)&lt;br&gt;→ 32×16×16" vertex="1">
          <mxGeometry height="110" width="160" x="540" y="1910" as="geometry" />
        </mxCell>
        <mxCell id="p2_block4" parent="1" style="rounded=1;whiteSpace=wrap;html=1;fillColor=#dae8fc;strokeColor=#6c8ebf;fontSize=11;" value="&lt;b&gt;Block4&lt;/b&gt;&lt;br&gt;Conv2d 32→64, k=3&lt;br&gt;BatchNorm2d + ReLU&lt;br&gt;(no pool) → x4&lt;br&gt;→ 64×16×16" vertex="1">
          <mxGeometry height="110" width="160" x="760" y="1910" as="geometry" />
        </mxCell>
        <mxCell id="e2_b12" edge="1" parent="1" source="p2_block1" style="edgeStyle=orthogonalEdgeStyle;" target="p2_block2">
          <mxGeometry relative="1" as="geometry" />
        </mxCell>
        <mxCell id="e2_b23" edge="1" parent="1" source="p2_block2" style="edgeStyle=orthogonalEdgeStyle;" target="p2_block3">
          <mxGeometry relative="1" as="geometry" />
        </mxCell>
        <mxCell id="e2_b34" edge="1" parent="1" source="p2_block3" style="edgeStyle=orthogonalEdgeStyle;" target="p2_block4">
          <mxGeometry relative="1" as="geometry" />
        </mxCell>
        <mxCell id="p2_branch_label" parent="1" style="text;html=1;strokeColor=none;fillColor=none;align=center;verticalAlign=middle;whiteSpace=wrap;rounded=0;fontSize=11;fontStyle=2;" value="Two output branches from CFE" vertex="1">
          <mxGeometry height="25" width="300" x="350" y="2060" as="geometry" />
        </mxCell>
        <mxCell id="p2_reduce" parent="1" style="rounded=1;whiteSpace=wrap;html=1;fillColor=#e1d5e7;strokeColor=#9673a6;fontSize=11;" value="&lt;b&gt;ReduceToQubits&lt;/b&gt;&lt;br&gt;Conv 16→8 (1×1) + ReLU&lt;br&gt;Conv 8→4 (1×1)&lt;br&gt;+ Interpolate to Q_RES" vertex="1">
          <mxGeometry height="90" width="200" x="100" y="2100" as="geometry" />
        </mxCell>
        <mxCell id="p2_gap" parent="1" style="rounded=1;whiteSpace=wrap;html=1;fillColor=#e1d5e7;strokeColor=#9673a6;fontSize=11;" value="&lt;b&gt;Global Avg Pool&lt;/b&gt;&lt;br&gt;torch.mean(x4, dim=(2,3))&lt;br&gt;→ 64-dim vector" vertex="1">
          <mxGeometry height="90" width="200" x="760" y="2100" as="geometry" />
        </mxCell>
        <mxCell id="p2_qc_container" parent="1" style="rounded=1;whiteSpace=wrap;html=1;fillColor=#f9f0ff;strokeColor=#9673a6;strokeWidth=2;dashed=1;fontSize=12;fontStyle=1;verticalAlign=top;" value="QuantumConv — PennyLane (lightning.qubit, 4 qubits)" vertex="1">
          <mxGeometry height="220" width="500" x="80" y="2230" as="geometry" />
        </mxCell>
        <mxCell id="p2_tanh" parent="1" style="rounded=1;whiteSpace=wrap;html=1;fillColor=#d5e8d4;strokeColor=#82b366;fontSize=11;" value="tanh activation on patch" vertex="1">
          <mxGeometry height="45" width="180" x="100" y="2270" as="geometry" />
        </mxCell>
        <mxCell id="p2_ry_in" parent="1" style="rounded=1;whiteSpace=wrap;html=1;fillColor=#e1d5e7;strokeColor=#9673a6;fontSize=11;" value="&lt;b&gt;RY(input)&lt;/b&gt;&lt;br&gt;Encodes patch pixel → qubit rotation&lt;br&gt;4 qubits" vertex="1">
          <mxGeometry height="65" width="180" x="100" y="2330" as="geometry" />
        </mxCell>
        <mxCell id="p2_ry_w" parent="1" style="rounded=1;whiteSpace=wrap;html=1;fillColor=#e1d5e7;strokeColor=#9673a6;fontSize=11;" value="&lt;b&gt;RY(weight)&lt;/b&gt;&lt;br&gt;Trainable rotation per qubit&lt;br&gt;4 qubits × N_Q_LAYERS = 12 params" vertex="1">
          <mxGeometry height="65" width="240" x="310" y="2330" as="geometry" />
        </mxCell>
        <mxCell id="p2_cnot" parent="1" style="rounded=1;whiteSpace=wrap;html=1;fillColor=#ffe6cc;strokeColor=#d79b00;fontSize=11;" value="&lt;b&gt;CNOT ring entanglement&lt;/b&gt;&lt;br&gt;q0→q1→q2→q3→q0" vertex="1">
          <mxGeometry height="55" width="200" x="100" y="2410" as="geometry" />
        </mxCell>
        <mxCell id="p2_measure" parent="1" style="rounded=1;whiteSpace=wrap;html=1;fillColor=#fff2cc;strokeColor=#d6b656;fontSize=11;" value="&lt;b&gt;Measure&lt;/b&gt;&lt;br&gt;⟨PauliZ⟩ × 4 + ⟨PauliX⟩ × 4 + ⟨PauliY⟩ × 4&lt;br&gt;= 12 expectation values per patch" vertex="1">
          <mxGeometry height="65" width="240" x="310" y="2410" as="geometry" />
        </mxCell>
        <mxCell id="p2_qmeanpool" parent="1" style="rounded=1;whiteSpace=wrap;html=1;fillColor=#e1d5e7;strokeColor=#9673a6;fontSize=11;" value="&lt;b&gt;Mean Pool&lt;/b&gt;&lt;br&gt;Spatial mean over patches&lt;br&gt;→ 12-dim vector" vertex="1">
          <mxGeometry height="65" width="200" x="200" y="2490" as="geometry" />
        </mxCell>
        <mxCell id="p2_concat" parent="1" style="rounded=1;whiteSpace=wrap;html=1;fillColor=#f5f5f5;strokeColor=#666666;fontColor=#333333;fontSize=11;" value="&lt;b&gt;Concatenate&lt;/b&gt;&lt;br&gt;[64-dim || 12-dim]&lt;br&gt;→ 76-dim vector" vertex="1">
          <mxGeometry height="65" width="180" x="500" y="2490" as="geometry" />
        </mxCell>
        <mxCell id="p2_fc_cls" parent="1" style="rounded=1;whiteSpace=wrap;html=1;fillColor=#e1d5e7;strokeColor=#9673a6;fontSize=11;" value="&lt;b&gt;FC Classifier&lt;/b&gt;&lt;br&gt;Linear 76 → 64&lt;br&gt;ReLU + Dropout(0.3)&lt;br&gt;Linear 64 → 2 (NUM_CLASSES)" vertex="1">
          <mxGeometry height="90" width="220" x="470" y="2610" as="geometry" />
        </mxCell>
        <mxCell id="p2_output" parent="1" style="rounded=1;whiteSpace=wrap;html=1;fillColor=#d5e8d4;strokeColor=#82b366;fontSize=11;" value="&lt;b&gt;Output Logits&lt;/b&gt;&lt;br&gt;2-class (binary)&lt;br&gt;Class 0 vs Class 1" vertex="1">
          <mxGeometry height="65" width="180" x="490" y="2760" as="geometry" />
        </mxCell>
        <mxCell id="e2_in_cfe" edge="1" parent="1" source="p2_input" style="edgeStyle=orthogonalEdgeStyle;" target="p2_block1">
          <mxGeometry relative="1" as="geometry" />
        </mxCell>
        <mxCell id="e2_x2_reduce" edge="1" parent="1" source="p2_block2" style="edgeStyle=orthogonalEdgeStyle;" target="p2_reduce">
          <mxGeometry relative="1" as="geometry">
            <Array as="points">
              <mxPoint x="400" y="2085" />
              <mxPoint x="200" y="2085" />
            </Array>
          </mxGeometry>
        </mxCell>
        <mxCell id="e2_x4_gap" edge="1" parent="1" source="p2_block4" style="edgeStyle=orthogonalEdgeStyle;" target="p2_gap">
          <mxGeometry relative="1" as="geometry" />
        </mxCell>
        <mxCell id="e2_reduce_qc" edge="1" parent="1" source="p2_reduce" style="edgeStyle=orthogonalEdgeStyle;" target="p2_tanh">
          <mxGeometry relative="1" as="geometry" />
        </mxCell>
        <mxCell id="e2_tanh_ry" edge="1" parent="1" source="p2_tanh" style="edgeStyle=orthogonalEdgeStyle;" target="p2_ry_in">
          <mxGeometry relative="1" as="geometry" />
        </mxCell>
        <mxCell id="e2_ry_ryw" edge="1" parent="1" source="p2_ry_in" style="edgeStyle=orthogonalEdgeStyle;" target="p2_ry_w">
          <mxGeometry relative="1" as="geometry" />
        </mxCell>
        <mxCell id="e2_ryw_cnot" edge="1" parent="1" source="p2_ry_w" style="edgeStyle=orthogonalEdgeStyle;" target="p2_cnot">
          <mxGeometry relative="1" as="geometry" />
        </mxCell>
        <mxCell id="e2_cnot_meas" edge="1" parent="1" source="p2_cnot" style="edgeStyle=orthogonalEdgeStyle;" target="p2_measure">
          <mxGeometry relative="1" as="geometry" />
        </mxCell>
        <mxCell id="e2_meas_pool" edge="1" parent="1" source="p2_measure" style="edgeStyle=orthogonalEdgeStyle;" target="p2_qmeanpool">
          <mxGeometry relative="1" as="geometry" />
        </mxCell>
        <mxCell id="e2_pool_cat" edge="1" parent="1" source="p2_qmeanpool" style="edgeStyle=orthogonalEdgeStyle;" target="p2_concat">
          <mxGeometry relative="1" as="geometry" />
        </mxCell>
        <mxCell id="e2_gap_cat" edge="1" parent="1" source="p2_gap" style="edgeStyle=orthogonalEdgeStyle;" target="p2_concat">
          <mxGeometry relative="1" as="geometry" />
        </mxCell>
        <mxCell id="e2_cat_fc" edge="1" parent="1" source="p2_concat" style="edgeStyle=orthogonalEdgeStyle;" target="p2_fc_cls">
          <mxGeometry relative="1" as="geometry" />
        </mxCell>
        <mxCell id="e2_fc_out" edge="1" parent="1" source="p2_fc_cls" style="edgeStyle=orthogonalEdgeStyle;" target="p2_output">
          <mxGeometry relative="1" as="geometry" />
        </mxCell>
+         <mxCell id="rbMJlOKiw_LcxRoLSqO6-1" parent="1" style="rounded=1;whiteSpace=wrap;fillColor=#dae8fc;strokeColor=#6c8ebf;fontSize=18;fontFamily=Times New Roman;labelBackgroundColor=none;labelBorderColor=none;textShadow=0;strokeWidth=3;" value="" vertex="1">
+           <mxGeometry height="30" width="35" x="65" y="321" as="geometry" />
+         </mxCell>
+         <mxCell id="rbMJlOKiw_LcxRoLSqO6-2" parent="1" style="rounded=1;whiteSpace=wrap;fillColor=#ffe6cc;strokeColor=#d79b00;fontSize=18;fontFamily=Times New Roman;labelBackgroundColor=none;labelBorderColor=none;textShadow=0;strokeWidth=3;" value="" vertex="1">
+           <mxGeometry height="30" width="35" x="65" y="361" as="geometry" />
+         </mxCell>
+         <mxCell id="rbMJlOKiw_LcxRoLSqO6-4" parent="1" style="rounded=1;whiteSpace=wrap;fillColor=#e1d5e7;strokeColor=#9673a6;fontSize=18;fontFamily=Times New Roman;labelBackgroundColor=none;labelBorderColor=none;textShadow=0;strokeWidth=3;" value="" vertex="1">
+           <mxGeometry height="31" width="35" x="65" y="400" as="geometry" />
+         </mxCell>
+         <mxCell id="rbMJlOKiw_LcxRoLSqO6-5" parent="1" style="text;whiteSpace=wrap;html=1;" value="&lt;font face=&quot;Times New Roman&quot; style=&quot;font-size: 20px;&quot;&gt;&lt;b style=&quot;&quot;&gt;Conv Blocks&lt;/b&gt;&lt;/font&gt;" vertex="1">
+           <mxGeometry height="50" width="110" x="110" y="318" as="geometry" />
+         </mxCell>
+         <mxCell id="rbMJlOKiw_LcxRoLSqO6-6" parent="1" style="text;whiteSpace=wrap;html=1;" value="&lt;font face=&quot;Times New Roman&quot; style=&quot;font-size: 20px;&quot;&gt;&lt;b style=&quot;&quot;&gt;Fully Connected Layers&lt;/b&gt;&lt;/font&gt;" vertex="1">
+           <mxGeometry height="37" width="240" x="110" y="397" as="geometry" />
+         </mxCell>
+         <mxCell id="rbMJlOKiw_LcxRoLSqO6-8" parent="1" style="text;whiteSpace=wrap;html=1;" value="&lt;font face=&quot;Times New Roman&quot;&gt;&lt;span style=&quot;font-size: 20px;&quot;&gt;&lt;b&gt;Regularization&amp;nbsp;&lt;/b&gt;&lt;/span&gt;&lt;/font&gt;" vertex="1">
+           <mxGeometry height="37" width="240" x="110" y="357.5" as="geometry" />
+         </mxCell>
      </root>
    </mxGraphModel>
  </diagram>
</mxfile>
